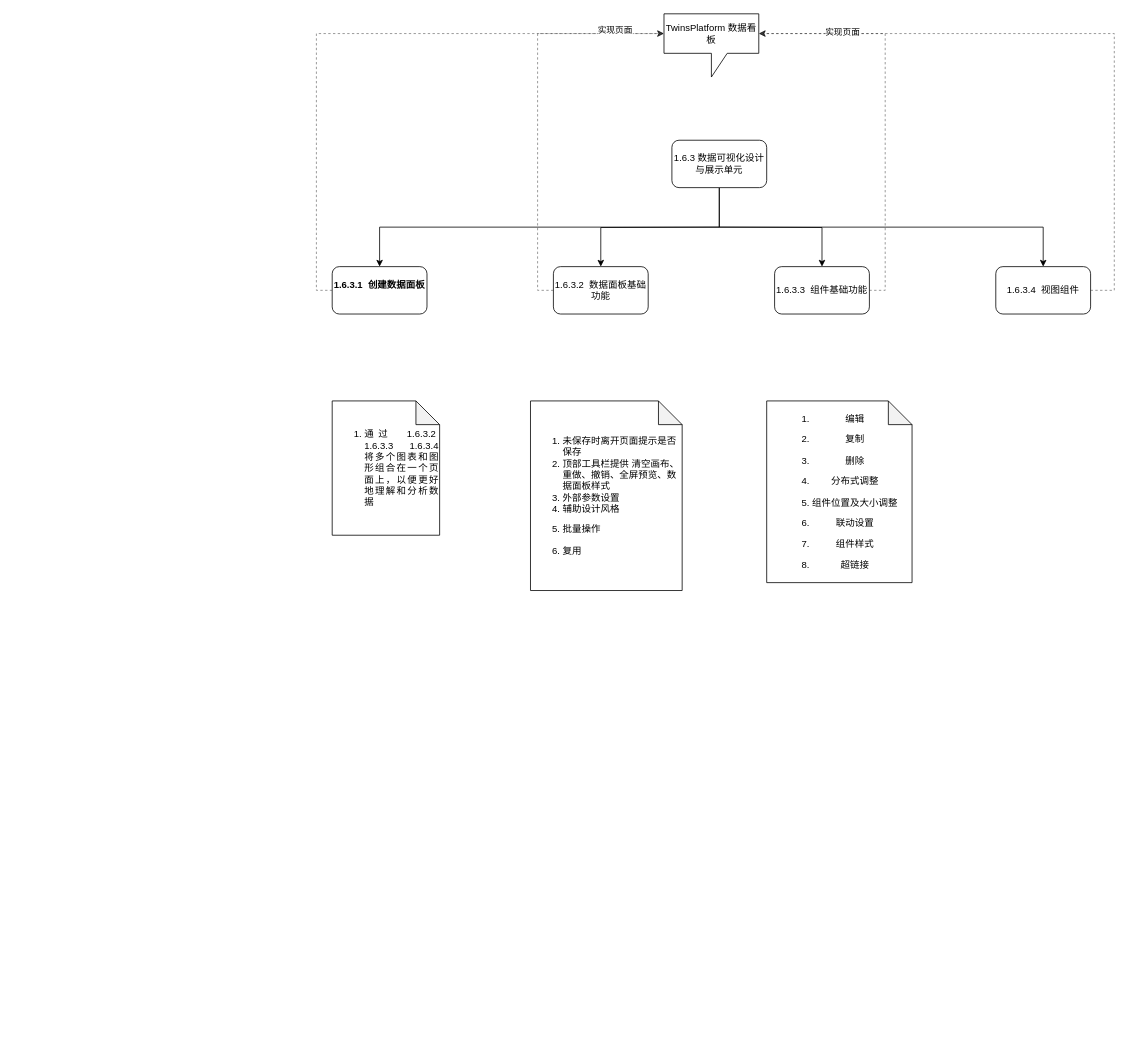
The draw.io diagram work/bigdataVisual.drawio in jinweizhiyuan/app.diagrams.net, before the edit. Source tidied: cells renumbered, new cells numbered last; positions are measured from the earlier drawing's top-left corner, leaving out a move shared by most shapes. Both pictures are drawn from the tidied source at 79%, with x=0, y=0 at pixel (332, 13).
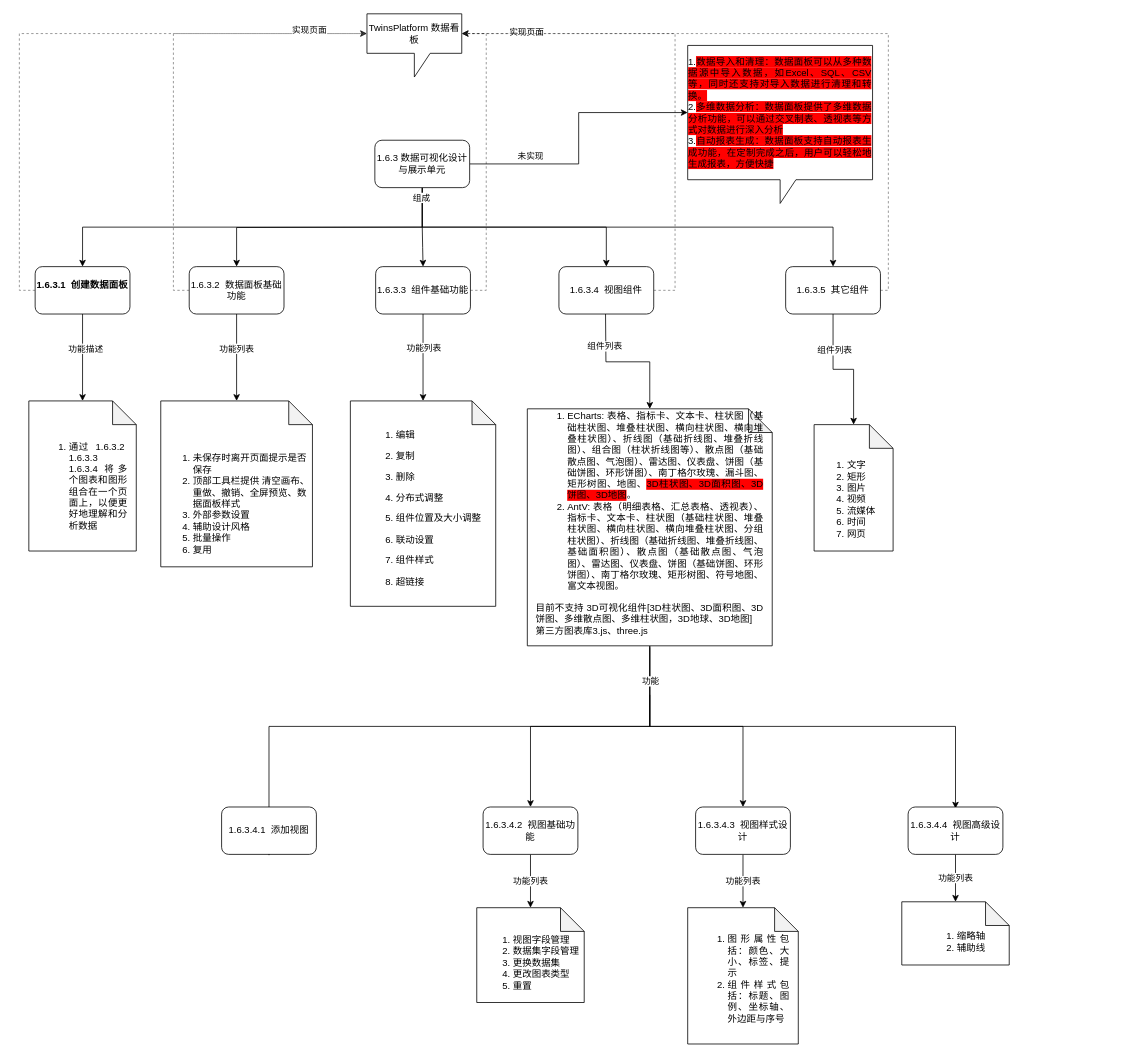
Above is the later version.

The edit, as a diff of the source:
```diff
@@
     <mxCell id="3" style="edgeStyle=orthogonalEdgeStyle;rounded=0;jettySize=auto;html=1;" parent="1" edge="1" target="14">
       <mxGeometry relative="1" as="geometry">
-        <mxPoint x="490" y="270" as="sourcePoint" />
+        <mxPoint x="114" y="270" as="sourcePoint" />
       </mxGeometry>
     </mxCell>
@@
     <mxCell id="5" style="edgeStyle=orthogonalEdgeStyle;rounded=0;jettySize=auto;html=1;" parent="1" edge="1" target="12">
       <mxGeometry relative="1" as="geometry">
-        <mxPoint x="490" y="270" as="sourcePoint" />
+        <mxPoint x="114" y="270" as="sourcePoint" />
       </mxGeometry>
     </mxCell>
+    <mxCell id="22" style="edgeStyle=orthogonalEdgeStyle;rounded=0;jettySize=auto;html=1;" parent="1" edge="1" source="6" target="50">
+      <mxGeometry relative="1" as="geometry">
+        <Array as="points">
+          <mxPoint x="114" y="270" />
+          <mxPoint x="634" y="270" />
+        </Array>
+      </mxGeometry>
+    </mxCell>
+    <mxCell id="23" value="组成" style="edgeLabel;html=1;align=center;verticalAlign=middle;" parent="22" vertex="1">
+      <mxGeometry x="-0.96" y="-2" relative="1" as="geometry" />
+    </mxCell>
+    <mxCell id="24" style="edgeStyle=orthogonalEdgeStyle;rounded=0;jettySize=auto;html=1;exitX=1;exitY=0.5;exitDx=0;exitDy=0;entryX=0;entryY=0;entryDx=0;entryDy=85;entryPerimeter=0;" parent="1" edge="1" source="6" target="54">
+      <mxGeometry relative="1" as="geometry" />
+    </mxCell>
+    <mxCell id="25" value="未实现" style="edgeLabel;html=1;align=center;verticalAlign=middle;" parent="24" vertex="1">
+      <mxGeometry x="-0.02" y="-1" relative="1" as="geometry">
+        <mxPoint x="-63" y="18" as="offset" />
+      </mxGeometry>
+    </mxCell>
     <mxCell id="6" value="1.6.3 数据可视化设计与展示单元" style="rounded=1;whiteSpace=wrap;html=1;" parent="1" vertex="1">
-      <mxGeometry x="430" y="160" width="120" height="60" as="geometry" />
+      <mxGeometry x="54" y="160" width="120" height="60" as="geometry" />
     </mxCell>
@@
+    <mxCell id="26" style="edgeStyle=orthogonalEdgeStyle;rounded=0;jettySize=auto;html=1;exitX=0.5;exitY=1;exitDx=0;exitDy=0;entryX=0.5;entryY=0;entryDx=0;entryDy=0;entryPerimeter=0;" parent="1" edge="1" source="8" target="20">
+      <mxGeometry relative="1" as="geometry" />
+    </mxCell>
+    <mxCell id="27" value="功能描述" style="edgeLabel;html=1;align=center;verticalAlign=middle;" parent="26" vertex="1">
+      <mxGeometry x="-0.21" y="3" relative="1" as="geometry" />
+    </mxCell>
     <mxCell id="8" value="&lt;b&gt;1.6.3.1&amp;nbsp; 创建数据面板&lt;br&gt;&lt;br&gt;&lt;/b&gt;" style="rounded=1;whiteSpace=wrap;html=1;" parent="1" vertex="1">
-      <mxGeometry y="320" width="120" height="60" as="geometry" />
+      <mxGeometry x="-376" y="320" width="120" height="60" as="geometry" />
     </mxCell>
@@
+    <mxCell id="28" style="edgeStyle=orthogonalEdgeStyle;rounded=0;jettySize=auto;html=1;exitX=0.5;exitY=1;exitDx=0;exitDy=0;" parent="1" edge="1" source="12" target="19">
+      <mxGeometry relative="1" as="geometry" />
+    </mxCell>
+    <mxCell id="29" value="功能列表" style="edgeLabel;html=1;align=center;verticalAlign=middle;" parent="28" vertex="1">
+      <mxGeometry x="-0.22" y="-1" relative="1" as="geometry" />
+    </mxCell>
     <mxCell id="12" value="1.6.3.2&amp;nbsp; 数据面板基础功能" style="rounded=1;whiteSpace=wrap;html=1;" parent="1" vertex="1">
-      <mxGeometry x="280" y="320" width="120" height="60" as="geometry" />
+      <mxGeometry x="-181" y="320" width="120" height="60" as="geometry" />
     </mxCell>
@@
+    <mxCell id="30" style="edgeStyle=orthogonalEdgeStyle;rounded=0;jettySize=auto;html=1;exitX=0.5;exitY=1;exitDx=0;exitDy=0;" parent="1" edge="1" source="14" target="21">
+      <mxGeometry relative="1" as="geometry" />
+    </mxCell>
+    <mxCell id="31" value="功能列表" style="edgeLabel;html=1;align=center;verticalAlign=middle;" parent="30" vertex="1">
+      <mxGeometry x="-0.24" relative="1" as="geometry" />
+    </mxCell>
     <mxCell id="14" value="1.6.3.3&amp;nbsp; 组件基础功能" style="rounded=1;whiteSpace=wrap;html=1;" parent="1" vertex="1">
-      <mxGeometry x="560" y="320" width="120" height="60" as="geometry" />
+      <mxGeometry x="55" y="320" width="120" height="60" as="geometry" />
     </mxCell>
     <mxCell id="15" style="edgeStyle=orthogonalEdgeStyle;rounded=0;jettySize=auto;html=1;entryX=0;entryY=0;entryDx=120;entryDy=25;entryPerimeter=0;dashed=1;exitX=1;exitY=0.5;exitDx=0;exitDy=0;strokeColor=default;opacity=50;" parent="1" edge="1" source="17" target="18">
       <mxGeometry relative="1" as="geometry">
         <Array as="points">
-          <mxPoint x="990" y="350" />
-          <mxPoint x="990" y="25" />
+          <mxPoint x="434" y="350" />
+          <mxPoint x="434" y="25" />
         </Array>
       </mxGeometry>
     </mxCell>
@@
+    <mxCell id="32" style="edgeStyle=orthogonalEdgeStyle;rounded=0;jettySize=auto;html=1;exitX=0.5;exitY=1;exitDx=0;exitDy=0;entryX=0.5;entryY=0;entryDx=0;entryDy=0;entryPerimeter=0;" parent="1" edge="1" target="39">
+      <mxGeometry relative="1" as="geometry">
+        <mxPoint x="346" y="380" as="sourcePoint" />
+      </mxGeometry>
+    </mxCell>
+    <mxCell id="33" value="组件列表" style="edgeLabel;html=1;align=center;verticalAlign=middle;" parent="32" vertex="1">
+      <mxGeometry x="-0.54" y="-2" relative="1" as="geometry" />
+    </mxCell>
     <mxCell id="17" value="1.6.3.4&amp;nbsp; 视图组件" style="rounded=1;whiteSpace=wrap;html=1;" parent="1" vertex="1">
-      <mxGeometry x="840" y="320" width="120" height="60" as="geometry" />
+      <mxGeometry x="287" y="320" width="120" height="60" as="geometry" />
     </mxCell>
     <mxCell id="18" value="TwinsPlatform 数据看板" style="shape=callout;whiteSpace=wrap;html=1;perimeter=calloutPerimeter;" parent="1" vertex="1">
-      <mxGeometry x="420" width="120" height="80" as="geometry" />
+      <mxGeometry x="44" width="120" height="80" as="geometry" />
     </mxCell>
-    <mxCell id="19" value="&lt;ol style=&quot;text-align: left;&quot;&gt;&lt;li&gt;未保存时离开页面提示是否保存&lt;/li&gt;&lt;li&gt;顶部工具栏提供&amp;nbsp;清空画布、重做、撤销、全屏预览、数据面板样式&lt;/li&gt;&lt;li&gt;外部参数设置&lt;br&gt;&lt;/li&gt;&lt;li&gt;辅助设计风格&lt;br&gt;&lt;/li&gt;&lt;li&gt;&lt;p class=&quot;MsoNormal&quot;&gt;批量操作&lt;/p&gt;&lt;/li&gt;&lt;li&gt;&lt;p class=&quot;MsoNormal&quot;&gt;复用&lt;/p&gt;&lt;/li&gt;&lt;/ol&gt;" style="shape=note;whiteSpace=wrap;html=1;backgroundOutline=1;darkOpacity=0.05;" parent="1" vertex="1">
-      <mxGeometry x="251" y="490" width="192" height="240" as="geometry" />
+    <mxCell id="19" value="&lt;ol style=&quot;text-align: left;&quot;&gt;&lt;li&gt;未保存时离开页面提示是否保存&lt;/li&gt;&lt;li&gt;顶部工具栏提供&amp;nbsp;清空画布、重做、撤销、全屏预览、数据面板样式&lt;/li&gt;&lt;li&gt;外部参数设置&lt;br&gt;&lt;/li&gt;&lt;li&gt;辅助设计风格&lt;/li&gt;&lt;li&gt;批量操作&lt;/li&gt;&lt;li&gt;复用&lt;/li&gt;&lt;/ol&gt;" style="shape=note;whiteSpace=wrap;html=1;backgroundOutline=1;darkOpacity=0.05;verticalAlign=bottom;" parent="1" vertex="1">
+      <mxGeometry x="-217" y="490" width="192" height="210" as="geometry" />
     </mxCell>
-    <mxCell id="20" value="&lt;ol&gt;&lt;li style=&quot;text-align: justify;&quot;&gt;通过&amp;nbsp; 1.6.3.2&amp;nbsp; 1.6.3.3&amp;nbsp; 1.6.3.4 将多个图表和图形组合在一个页面上，以便更好地理解和分析数据&lt;/li&gt;&lt;/ol&gt;" style="shape=note;whiteSpace=wrap;html=1;backgroundOutline=1;darkOpacity=0.05;" parent="1" vertex="1">
-      <mxGeometry y="490" width="136" height="170" as="geometry" />
+    <mxCell id="20" value="&lt;ol&gt;&lt;li style=&quot;text-align: justify;&quot;&gt;通过&amp;nbsp; 1.6.3.2&amp;nbsp; 1.6.3.3&amp;nbsp; 1.6.3.4 将多个图表和图形组合在一个页面上，以便更好地理解和分析数据&lt;/li&gt;&lt;/ol&gt;" style="shape=note;whiteSpace=wrap;html=1;backgroundOutline=1;darkOpacity=0.05;spacing=12;verticalAlign=bottom;" parent="1" vertex="1">
+      <mxGeometry x="-384" y="490" width="136" height="190" as="geometry" />
     </mxCell>
-    <mxCell id="21" value="&lt;ol&gt;&lt;li&gt;&lt;p class=&quot;MsoNormal&quot;&gt;编辑&lt;/p&gt;&lt;/li&gt;&lt;li&gt;&lt;p class=&quot;MsoNormal&quot;&gt;复制&lt;/p&gt;&lt;/li&gt;&lt;li&gt;&lt;p class=&quot;MsoNormal&quot;&gt;删除&lt;/p&gt;&lt;/li&gt;&lt;li&gt;&lt;p class=&quot;MsoNormal&quot;&gt;分布式调整&lt;/p&gt;&lt;/li&gt;&lt;li&gt;&lt;p class=&quot;MsoNormal&quot;&gt;组件位置及大小调整&lt;/p&gt;&lt;/li&gt;&lt;li&gt;&lt;p class=&quot;MsoNormal&quot;&gt;联动设置&lt;/p&gt;&lt;/li&gt;&lt;li&gt;&lt;p class=&quot;MsoNormal&quot;&gt;组件样式&lt;/p&gt;&lt;/li&gt;&lt;li&gt;&lt;p class=&quot;MsoNormal&quot;&gt;超链接&lt;/p&gt;&lt;/li&gt;&lt;/ol&gt;" style="shape=note;whiteSpace=wrap;html=1;backgroundOutline=1;darkOpacity=0.05;" parent="1" vertex="1">
-      <mxGeometry x="550" y="490" width="184" height="230" as="geometry" />
+    <mxCell id="21" value="&lt;div style=&quot;text-align: justify;&quot;&gt;&lt;ol style=&quot;text-align: center;&quot;&gt;&lt;li&gt;&lt;p style=&quot;text-align: justify;&quot; class=&quot;MsoNormal&quot;&gt;编辑&lt;/p&gt;&lt;/li&gt;&lt;li&gt;&lt;p style=&quot;text-align: justify;&quot; class=&quot;MsoNormal&quot;&gt;&lt;span style=&quot;background-color: initial;&quot;&gt;复制&lt;/span&gt;&lt;/p&gt;&lt;/li&gt;&lt;li&gt;&lt;p style=&quot;text-align: justify;&quot; class=&quot;MsoNormal&quot;&gt;&lt;span style=&quot;background-color: initial;&quot;&gt;删除&lt;/span&gt;&lt;/p&gt;&lt;/li&gt;&lt;li&gt;&lt;p style=&quot;text-align: justify;&quot; class=&quot;MsoNormal&quot;&gt;分布式调整&lt;/p&gt;&lt;/li&gt;&lt;li&gt;&lt;p style=&quot;text-align: justify;&quot; class=&quot;MsoNormal&quot;&gt;组件位置及大小调整&lt;/p&gt;&lt;/li&gt;&lt;li&gt;&lt;p style=&quot;text-align: justify;&quot; class=&quot;MsoNormal&quot;&gt;联动设置&lt;/p&gt;&lt;/li&gt;&lt;li&gt;&lt;p style=&quot;text-align: justify;&quot; class=&quot;MsoNormal&quot;&gt;组件样式&lt;/p&gt;&lt;/li&gt;&lt;li&gt;&lt;p style=&quot;text-align: justify;&quot; class=&quot;MsoNormal&quot;&gt;超链接&lt;/p&gt;&lt;/li&gt;&lt;/ol&gt;&lt;/div&gt;" style="shape=note;whiteSpace=wrap;html=1;backgroundOutline=1;darkOpacity=0.05;spacing=12;verticalAlign=bottom;" parent="1" vertex="1">
+      <mxGeometry x="23" y="490" width="184" height="260" as="geometry" />
     </mxCell>
+    <mxCell id="34" style="edgeStyle=orthogonalEdgeStyle;rounded=0;orthogonalLoop=1;jettySize=auto;html=1;" parent="1" edge="1">
+      <mxGeometry relative="1" as="geometry">
+        <mxPoint x="402" y="802" as="sourcePoint" />
+        <mxPoint x="789" y="1006" as="targetPoint" />
+        <Array as="points">
+          <mxPoint x="402" y="902" />
+          <mxPoint x="789" y="902" />
+        </Array>
+      </mxGeometry>
+    </mxCell>
+    <mxCell id="35" style="edgeStyle=orthogonalEdgeStyle;rounded=0;jettySize=auto;html=1;" parent="1" edge="1" source="39" target="44">
+      <mxGeometry relative="1" as="geometry" />
+    </mxCell>
+    <mxCell id="36" style="edgeStyle=orthogonalEdgeStyle;rounded=0;orthogonalLoop=1;jettySize=auto;html=1;entryX=0.5;entryY=0;entryDx=0;entryDy=0;" parent="1" edge="1">
+      <mxGeometry relative="1" as="geometry">
+        <mxPoint x="402" y="862" as="sourcePoint" />
+        <mxPoint x="-80" y="1066" as="targetPoint" />
+        <Array as="points">
+          <mxPoint x="402" y="902" />
+          <mxPoint x="-80" y="902" />
+        </Array>
+      </mxGeometry>
+    </mxCell>
+    <mxCell id="37" style="edgeStyle=orthogonalEdgeStyle;rounded=0;jettySize=auto;html=1;" parent="1" edge="1" source="39" target="42">
+      <mxGeometry relative="1" as="geometry" />
+    </mxCell>
+    <mxCell id="38" value="功能" style="edgeLabel;html=1;align=center;verticalAlign=middle;" parent="37" vertex="1">
+      <mxGeometry x="-0.75" relative="1" as="geometry" />
+    </mxCell>
+    <mxCell id="39" value="&lt;ol&gt;&lt;li style=&quot;text-align: justify;&quot;&gt;ECharts: 表格、指标卡、文本卡、柱状图（基础柱状图、堆叠柱状图、横向柱状图、横向堆叠柱状图）、折线图（基础折线图、堆叠折线图）、组合图（柱状折线图等）、散点图（基础散点图、气泡图）、雷达图、仪表盘、饼图（基础饼图、环形饼图）、南丁格尔玫瑰、漏斗图、矩形树图、地图、&lt;span style=&quot;background-color: rgb(255, 0, 0);&quot;&gt;3D柱状图、3D面积图、3D饼图、3D地图&lt;/span&gt;。&lt;br&gt;&lt;/li&gt;&lt;li style=&quot;text-align: justify;&quot;&gt;AntV: 表格（明细表格、汇总表格、透视表）、指标卡、文本卡、柱状图（基础柱状图、堆叠柱状图、横向柱状图、横向堆叠柱状图、分组柱状图）、折线图（基础折线图、堆叠折线图、基础面积图）、散点图（基础散点图、气泡图）、雷达图、仪表盘、饼图（基础饼图、环形饼图）、南丁格尔玫瑰、矩形树图、符号地图、富文本视图。&lt;br&gt;&lt;/li&gt;&lt;/ol&gt;&lt;div style=&quot;text-align: justify;&quot;&gt;目前不支持 3D可视化组件[3D柱状图、3D面积图、3D饼图、多维散点图、多维柱状图，3D地球、3D地图]&lt;/div&gt;&lt;div style=&quot;text-align: justify;&quot;&gt;第三方图表库3.js、three.js&lt;/div&gt;" style="shape=note;whiteSpace=wrap;html=1;backgroundOutline=1;darkOpacity=0.05;spacing=12;verticalAlign=bottom;" parent="1" vertex="1">
+      <mxGeometry x="247" y="500" width="310" height="300" as="geometry" />
+    </mxCell>
+    <mxCell id="40" value="1.6.3.4.1&amp;nbsp; 添加视图" style="rounded=1;whiteSpace=wrap;html=1;" parent="1" vertex="1">
+      <mxGeometry x="-140" y="1004" width="120" height="60" as="geometry" />
+    </mxCell>
+    <mxCell id="41" value="功能列表" style="edgeStyle=orthogonalEdgeStyle;rounded=0;jettySize=auto;html=1;" parent="1" edge="1" source="42" target="51">
+      <mxGeometry relative="1" as="geometry" />
+    </mxCell>
+    <mxCell id="42" value="1.6.3.4.2&amp;nbsp; 视图基础功能" style="rounded=1;whiteSpace=wrap;html=1;" parent="1" vertex="1">
+      <mxGeometry x="191" y="1004" width="120" height="60" as="geometry" />
+    </mxCell>
+    <mxCell id="43" value="功能列表" style="edgeStyle=orthogonalEdgeStyle;rounded=0;jettySize=auto;html=1;exitX=0.5;exitY=1;exitDx=0;exitDy=0;" parent="1" edge="1" source="44" target="52">
+      <mxGeometry relative="1" as="geometry" />
+    </mxCell>
+    <mxCell id="44" value="1.6.3.4.3&amp;nbsp; 视图样式设计" style="rounded=1;whiteSpace=wrap;html=1;" parent="1" vertex="1">
+      <mxGeometry x="460" y="1004" width="120" height="60" as="geometry" />
+    </mxCell>
+    <mxCell id="45" value="功能列表" style="edgeStyle=orthogonalEdgeStyle;rounded=0;jettySize=auto;html=1;exitX=0.5;exitY=1;exitDx=0;exitDy=0;entryX=0.5;entryY=0;entryDx=0;entryDy=0;entryPerimeter=0;" parent="1" edge="1" source="46" target="53">
+      <mxGeometry relative="1" as="geometry" />
+    </mxCell>
+    <mxCell id="46" value="1.6.3.4.4&amp;nbsp; 视图高级设计" style="rounded=1;whiteSpace=wrap;html=1;" parent="1" vertex="1">
+      <mxGeometry x="729" y="1004" width="120" height="60" as="geometry" />
+    </mxCell>
+    <mxCell id="47" style="edgeStyle=orthogonalEdgeStyle;rounded=0;jettySize=auto;html=1;entryX=0;entryY=0;entryDx=120;entryDy=25;entryPerimeter=0;dashed=1;opacity=50;" parent="1" edge="1" source="50" target="18">
+      <mxGeometry relative="1" as="geometry">
+        <Array as="points">
+          <mxPoint x="704" y="350" />
+          <mxPoint x="704" y="25" />
+        </Array>
+      </mxGeometry>
+    </mxCell>
+    <mxCell id="48" style="edgeStyle=orthogonalEdgeStyle;rounded=0;jettySize=auto;html=1;exitX=0.5;exitY=1;exitDx=0;exitDy=0;entryX=0.5;entryY=0;entryDx=0;entryDy=0;entryPerimeter=0;" parent="1" edge="1" source="50" target="55">
+      <mxGeometry relative="1" as="geometry" />
+    </mxCell>
+    <mxCell id="49" value="组件列表" style="edgeLabel;html=1;align=center;verticalAlign=middle;" parent="48" vertex="1">
+      <mxGeometry x="-0.46" y="1" relative="1" as="geometry" />
+    </mxCell>
+    <mxCell id="50" value="1.6.3.5&amp;nbsp; 其它组件" style="rounded=1;whiteSpace=wrap;html=1;" parent="1" vertex="1">
+      <mxGeometry x="574" y="320" width="120" height="60" as="geometry" />
+    </mxCell>
+    <mxCell id="51" value="&lt;ol&gt;&lt;li style=&quot;text-align: justify;&quot;&gt;视图字段管理&lt;/li&gt;&lt;li style=&quot;text-align: justify;&quot;&gt;数据集字段管理&lt;/li&gt;&lt;li style=&quot;text-align: justify;&quot;&gt;更换数据集&lt;/li&gt;&lt;li style=&quot;text-align: justify;&quot;&gt;更改图表类型&lt;/li&gt;&lt;li style=&quot;text-align: justify;&quot;&gt;重置&lt;/li&gt;&lt;/ol&gt;" style="shape=note;whiteSpace=wrap;html=1;backgroundOutline=1;darkOpacity=0.05;horizontal=1;verticalAlign=bottom;" parent="1" vertex="1">
+      <mxGeometry x="183" y="1131.5" width="136" height="120" as="geometry" />
+    </mxCell>
+    <mxCell id="52" value="&lt;ol&gt;&lt;li style=&quot;text-align: justify;&quot;&gt;图形属性包括：颜色、大小、标签、提示&lt;/li&gt;&lt;li style=&quot;text-align: justify;&quot;&gt;组件样式包括：标题、图例、坐标轴、外边距与序号&lt;/li&gt;&lt;/ol&gt;&lt;div style=&quot;text-align: justify;&quot;&gt;&lt;/div&gt;" style="shape=note;whiteSpace=wrap;html=1;backgroundOutline=1;darkOpacity=0.05;spacing=12;verticalAlign=bottom;" parent="1" vertex="1">
+      <mxGeometry x="450" y="1131.5" width="140" height="172.5" as="geometry" />
+    </mxCell>
+    <mxCell id="53" value="&lt;ol&gt;&lt;li style=&quot;text-align: justify;&quot;&gt;缩略轴&lt;/li&gt;&lt;li style=&quot;text-align: justify;&quot;&gt;辅助线&lt;br&gt;&lt;/li&gt;&lt;/ol&gt;" style="shape=note;whiteSpace=wrap;html=1;backgroundOutline=1;darkOpacity=0.05;verticalAlign=bottom;" parent="1" vertex="1">
+      <mxGeometry x="721" y="1124" width="136" height="80" as="geometry" />
+    </mxCell>
+    <mxCell id="54" value="&lt;div style=&quot;text-align: justify;&quot;&gt;1.&lt;span style=&quot;background-color: rgb(255, 0, 0);&quot;&gt;数据导入和清理：数据面板可以从多种数据源中导入数据，如Excel、SQL、CSV等，同时还支持对导入数据进行清理和转换。&lt;/span&gt;&lt;/div&gt;&lt;div style=&quot;text-align: justify;&quot;&gt;2.&lt;span style=&quot;background-color: rgb(255, 0, 0);&quot;&gt;多维数据分析：数据面板提供了多维数据分析功能，可以通过交叉制表、透视表等方式对数据进行深入分析&lt;/span&gt;&lt;/div&gt;&lt;div style=&quot;text-align: justify;&quot;&gt;3.&lt;span style=&quot;background-color: rgb(255, 0, 0);&quot;&gt;自动报表生成：数据面板支持自动报表生成功能，在定制完成之后，用户可以轻松地生成报表，方便快捷&lt;/span&gt;&lt;/div&gt;" style="shape=callout;whiteSpace=wrap;html=1;perimeter=calloutPerimeter;" parent="1" vertex="1">
+      <mxGeometry x="450" y="40" width="234" height="200" as="geometry" />
+    </mxCell>
+    <mxCell id="55" value="&lt;div style=&quot;&quot;&gt;&lt;ol&gt;&lt;li&gt;&lt;span style=&quot;background-color: initial;&quot;&gt;文字&lt;/span&gt;&lt;/li&gt;&lt;li&gt;&lt;span style=&quot;background-color: initial;&quot;&gt;矩形&lt;/span&gt;&lt;/li&gt;&lt;li&gt;图片&lt;/li&gt;&lt;li&gt;视频&lt;/li&gt;&lt;li&gt;流媒体&lt;/li&gt;&lt;li&gt;时间&lt;/li&gt;&lt;li&gt;网页&lt;/li&gt;&lt;/ol&gt;&lt;/div&gt;" style="shape=note;whiteSpace=wrap;html=1;backgroundOutline=1;darkOpacity=0.05;verticalAlign=bottom;align=left;" parent="1" vertex="1">
+      <mxGeometry x="610" y="520" width="100" height="160" as="geometry" />
+    </mxCell>
```
